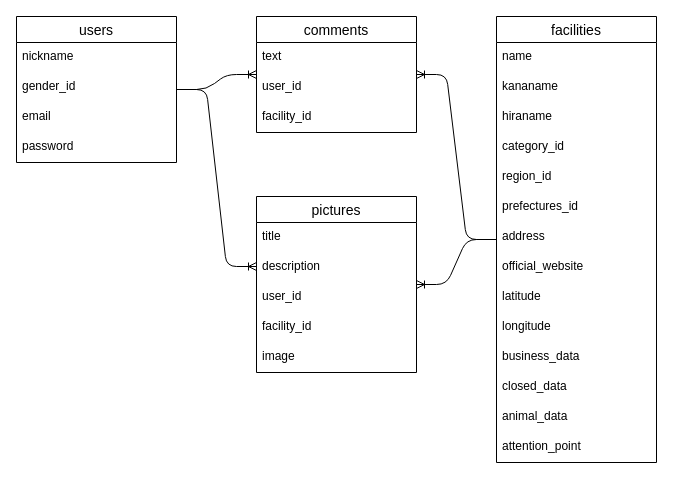
The draw.io diagram ERD.dio in masaya-Programming/animal-connection, before the edit. Source tidied: cells renumbered, new cells numbered last; positions are measured from the earlier drawing's top-left corner, leaving out a move shared by most shapes. Both pictures are drawn from the tidied source at 100%, with x=0, y=0 at pixel (16, 16).
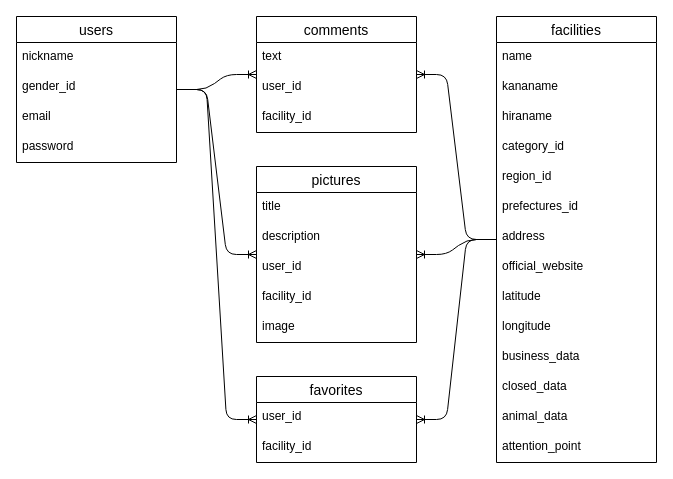
Above is the later version.

Unchanged cells that the change refers to:
```xml
<mxCell id="6" value="users" style="swimlane;fontStyle=0;horizontal=1;startSize=26;align=center;fontSize=14;" parent="1" vertex="1">
  <mxGeometry width="160" height="146" as="geometry" />
</mxCell>
<mxCell id="11" value="facilities" style="swimlane;fontStyle=0;horizontal=1;startSize=26;align=center;fontSize=14;" parent="1" vertex="1">
  <mxGeometry x="480" width="160" height="446" as="geometry" />
</mxCell>
```

Diff of the diagram source:
```diff
@@
-    <mxCell id="26" value="pictures" style="swimlane;fontStyle=0;horizontal=1;startSize=26;align=center;fontSize=14;" parent="1" vertex="1">
-      <mxGeometry x="240" y="180" width="160" height="176" as="geometry" />
+    <mxCell id="26" value="favorites" style="swimlane;fontStyle=0;horizontal=1;startSize=26;align=center;fontSize=14;" parent="1" vertex="1">
+      <mxGeometry x="240" y="360" width="160" height="86" as="geometry" />
     </mxCell>
-    <mxCell id="27" value="title" style="text;strokeColor=none;fillColor=none;spacingLeft=4;spacingRight=4;overflow=hidden;fontSize=12;" parent="26" vertex="1">
-      <mxGeometry y="26" width="160" height="30" as="geometry" />
-    </mxCell>
-    <mxCell id="28" value="description" style="text;strokeColor=none;fillColor=none;spacingLeft=4;spacingRight=4;overflow=hidden;fontSize=12;" parent="26" vertex="1">
-      <mxGeometry y="56" width="160" height="30" as="geometry" />
-    </mxCell>
     <mxCell id="29" value="user_id" style="text;strokeColor=none;fillColor=none;spacingLeft=4;spacingRight=4;overflow=hidden;fontSize=12;" parent="26" vertex="1">
-      <mxGeometry y="86" width="160" height="30" as="geometry" />
+      <mxGeometry y="26" width="160" height="30" as="geometry" />
     </mxCell>
     <mxCell id="30" value="facility_id" style="text;strokeColor=none;fillColor=none;spacingLeft=4;spacingRight=4;overflow=hidden;fontSize=12;" parent="26" vertex="1">
-      <mxGeometry y="116" width="160" height="30" as="geometry" />
+      <mxGeometry y="56" width="160" height="30" as="geometry" />
     </mxCell>
-    <mxCell id="31" value="image" style="text;strokeColor=none;fillColor=none;spacingLeft=4;spacingRight=4;overflow=hidden;fontSize=12;" parent="26" vertex="1">
-      <mxGeometry y="146" width="160" height="30" as="geometry" />
-    </mxCell>
@@
-    <mxCell id="34" style="edgeStyle=entityRelationEdgeStyle;fontSize=12;html=1;endArrow=ERoneToMany;" parent="1" edge="1" source="6">
-      <mxGeometry relative="1" as="geometry">
-        <mxPoint x="240" y="250" as="targetPoint" />
-      </mxGeometry>
+    <mxCell id="34" style="edgeStyle=entityRelationEdgeStyle;fontSize=12;html=1;endArrow=ERoneToMany;" parent="1" edge="1" source="6" target="36">
+      <mxGeometry relative="1" as="geometry" />
     </mxCell>
-    <mxCell id="35" style="edgeStyle=entityRelationEdgeStyle;fontSize=12;html=1;endArrow=ERoneToMany;" parent="1" edge="1" source="11" target="26">
+    <mxCell id="35" style="edgeStyle=entityRelationEdgeStyle;fontSize=12;html=1;endArrow=ERoneToMany;" parent="1" edge="1" source="11" target="36">
       <mxGeometry relative="1" as="geometry" />
     </mxCell>
+    <mxCell id="36" value="pictures" style="swimlane;fontStyle=0;horizontal=1;startSize=26;align=center;fontSize=14;" parent="1" vertex="1">
+      <mxGeometry x="240" y="150" width="160" height="176" as="geometry" />
+    </mxCell>
+    <mxCell id="27" value="title" style="text;strokeColor=none;fillColor=none;spacingLeft=4;spacingRight=4;overflow=hidden;fontSize=12;" parent="36" vertex="1">
+      <mxGeometry y="26" width="160" height="30" as="geometry" />
+    </mxCell>
+    <mxCell id="28" value="description" style="text;strokeColor=none;fillColor=none;spacingLeft=4;spacingRight=4;overflow=hidden;fontSize=12;" parent="36" vertex="1">
+      <mxGeometry y="56" width="160" height="30" as="geometry" />
+    </mxCell>
+    <mxCell id="37" value="user_id" style="text;strokeColor=none;fillColor=none;spacingLeft=4;spacingRight=4;overflow=hidden;fontSize=12;" parent="36" vertex="1">
+      <mxGeometry y="86" width="160" height="30" as="geometry" />
+    </mxCell>
+    <mxCell id="38" value="facility_id" style="text;strokeColor=none;fillColor=none;spacingLeft=4;spacingRight=4;overflow=hidden;fontSize=12;" parent="36" vertex="1">
+      <mxGeometry y="116" width="160" height="30" as="geometry" />
+    </mxCell>
+    <mxCell id="31" value="image" style="text;strokeColor=none;fillColor=none;spacingLeft=4;spacingRight=4;overflow=hidden;fontSize=12;" parent="36" vertex="1">
+      <mxGeometry y="146" width="160" height="30" as="geometry" />
+    </mxCell>
+    <mxCell id="39" style="edgeStyle=entityRelationEdgeStyle;fontSize=12;html=1;endArrow=ERoneToMany;" parent="1" edge="1" source="11" target="26">
+      <mxGeometry relative="1" as="geometry" />
+    </mxCell>
+    <mxCell id="40" style="edgeStyle=entityRelationEdgeStyle;fontSize=12;html=1;endArrow=ERoneToMany;" parent="1" edge="1" source="6" target="26">
+      <mxGeometry relative="1" as="geometry" />
+    </mxCell>
```
